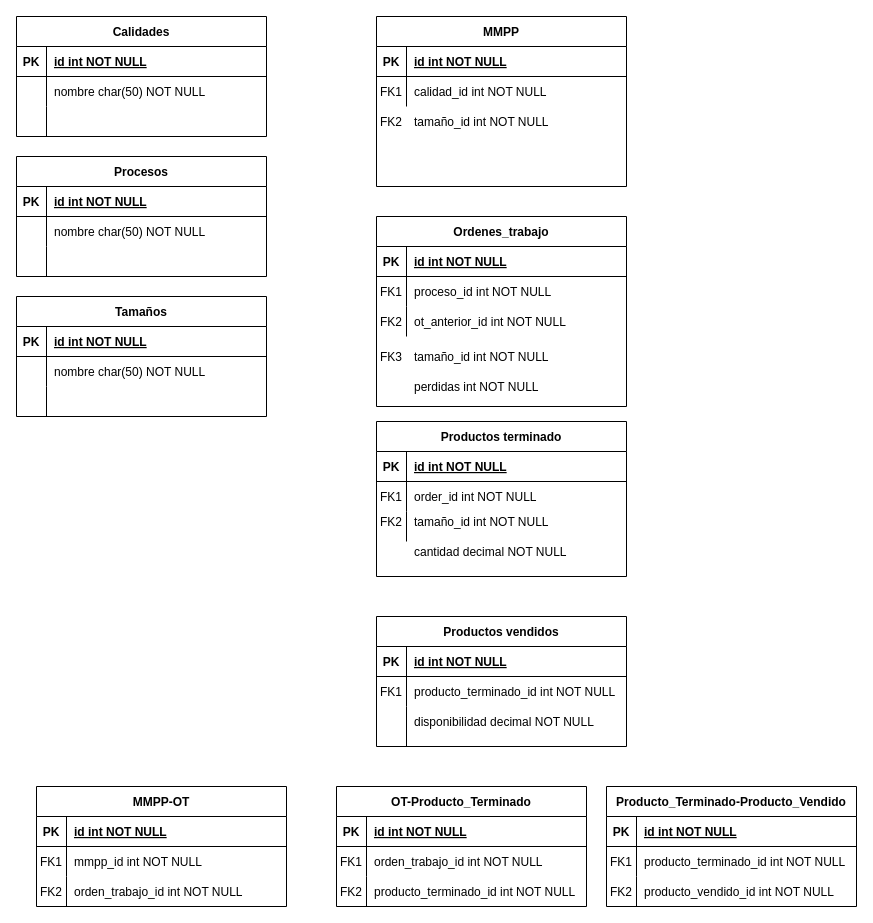
Earlier version of the draw.io diagram Diagrama sin título.drawio (idcetim/diagramasFerroglobe). Source tidied: cells renumbered, new cells numbered last; positions are measured from the earlier drawing's top-left corner, leaving out a move shared by most shapes. Both pictures are drawn from the tidied source at 100%, with x=0, y=0 at pixel (16, 16).
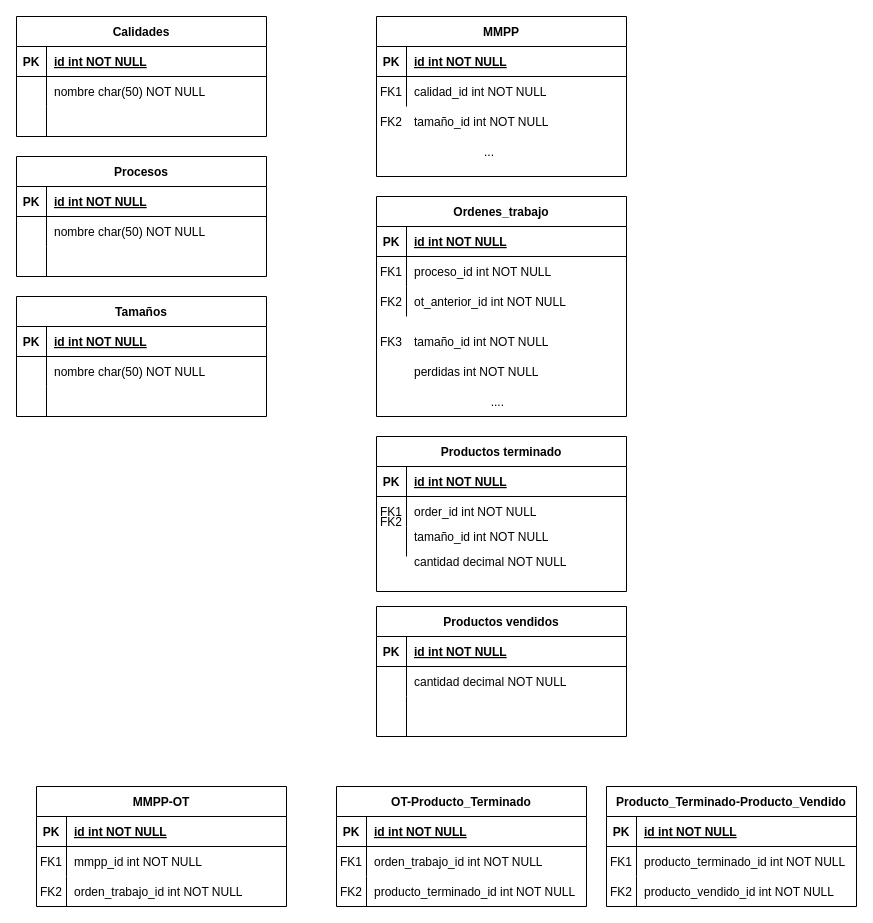
After the change.

Unchanged cells that the change refers to:
```xml
<mxCell id="89" style="shape=partialRectangle;fillColor=none;top=0;left=0;right=0;bottom=0;" parent="85" vertex="1">
  <mxGeometry y="60" width="250" height="30" as="geometry" />
</mxCell>
```

Change to the diagram source:
```diff
@@
     <mxCell id="2" value="Ordenes_trabajo" style="shape=table;startSize=30;childLayout=tableLayout;rowLines=0;fontStyle=1;align=center;" parent="1" vertex="1">
-      <mxGeometry x="360" y="200" width="250" height="190" as="geometry" />
+      <mxGeometry x="360" y="180" width="250" height="220" as="geometry" />
     </mxCell>
@@
     <mxCell id="12" value="Productos terminado" style="shape=table;startSize=30;childLayout=tableLayout;rowLines=0;fontStyle=1;align=center;" parent="1" vertex="1">
-      <mxGeometry x="360" y="405" width="250" height="155" as="geometry" />
+      <mxGeometry x="360" y="420" width="250" height="155" as="geometry" />
     </mxCell>
@@
     <mxCell id="22" value="MMPP" style="shape=table;startSize=30;childLayout=tableLayout;rowLines=0;fontStyle=1;align=center;" parent="1" vertex="1">
-      <mxGeometry x="360" width="250" height="170" as="geometry" />
+      <mxGeometry x="360" width="250" height="160" as="geometry" />
     </mxCell>
@@
     <mxCell id="83" value="tamaño_id int NOT NULL" style="shape=partialRectangle;overflow=hidden;fillColor=none;top=0;left=0;bottom=0;right=0;align=left;spacingLeft=6;" parent="1" vertex="1">
-      <mxGeometry x="390" y="495" width="220" height="20" as="geometry" />
+      <mxGeometry x="390" y="510" width="220" height="20" as="geometry" />
     </mxCell>
@@
     <mxCell id="85" value="Productos vendidos" style="shape=table;startSize=30;childLayout=tableLayout;rowLines=0;fontStyle=1;align=center;" parent="1" vertex="1">
-      <mxGeometry x="360" y="600" width="250" height="130" as="geometry" />
+      <mxGeometry x="360" y="590" width="250" height="130" as="geometry" />
     </mxCell>
@@
-    <mxCell id="90" value="FK1" style="shape=partialRectangle;overflow=hidden;fillColor=none;top=0;left=0;bottom=0;right=0;" parent="89" vertex="1">
+    <mxCell id="90" style="shape=partialRectangle;overflow=hidden;fillColor=none;top=0;left=0;bottom=0;right=0;" parent="89" vertex="1">
       <mxGeometry width="30" height="30" as="geometry" />
     </mxCell>
-    <mxCell id="91" value="producto_terminado_id int NOT NULL" style="shape=partialRectangle;overflow=hidden;fillColor=none;top=0;left=0;bottom=0;right=0;align=left;spacingLeft=6;" parent="89" vertex="1">
+    <mxCell id="91" style="shape=partialRectangle;overflow=hidden;fillColor=none;top=0;left=0;bottom=0;right=0;align=left;spacingLeft=6;" parent="89" vertex="1">
       <mxGeometry x="30" width="220" height="30" as="geometry" />
     </mxCell>
@@
     <mxCell id="95" value="perdidas int NOT NULL" style="shape=partialRectangle;overflow=hidden;fillColor=none;top=0;left=0;bottom=0;right=0;align=left;spacingLeft=6;" parent="1" vertex="1">
-      <mxGeometry x="390" y="355" width="220" height="30" as="geometry" />
+      <mxGeometry x="390" y="340" width="220" height="30" as="geometry" />
     </mxCell>
     <mxCell id="96" value="cantidad decimal NOT NULL" style="shape=partialRectangle;overflow=hidden;fillColor=none;top=0;left=0;bottom=0;right=0;align=left;spacingLeft=6;" parent="1" vertex="1">
-      <mxGeometry x="390" y="520" width="220" height="30" as="geometry" />
+      <mxGeometry x="390" y="530" width="220" height="30" as="geometry" />
     </mxCell>
-    <mxCell id="97" value="disponibilidad decimal NOT NULL" style="shape=partialRectangle;overflow=hidden;fillColor=none;top=0;left=0;bottom=0;right=0;align=left;spacingLeft=6;" parent="1" vertex="1">
-      <mxGeometry x="390" y="690" width="220" height="30" as="geometry" />
+    <mxCell id="97" value="cantidad decimal NOT NULL" style="shape=partialRectangle;overflow=hidden;fillColor=none;top=0;left=0;bottom=0;right=0;align=left;spacingLeft=6;" parent="1" vertex="1">
+      <mxGeometry x="390" y="650" width="220" height="30" as="geometry" />
     </mxCell>
     <mxCell id="98" value="tamaño_id int NOT NULL" style="shape=partialRectangle;overflow=hidden;fillColor=none;top=0;left=0;bottom=0;right=0;align=left;spacingLeft=6;" parent="1" vertex="1">
-      <mxGeometry x="390" y="325" width="220" height="30" as="geometry" />
+      <mxGeometry x="390" y="310" width="220" height="30" as="geometry" />
     </mxCell>
     <mxCell id="99" value="FK3" style="shape=partialRectangle;overflow=hidden;fillColor=none;top=0;left=0;bottom=0;right=0;" parent="1" vertex="1">
-      <mxGeometry x="360" y="325" width="30" height="30" as="geometry" />
+      <mxGeometry x="360" y="310" width="30" height="30" as="geometry" />
     </mxCell>
@@
+    <mxCell id="110" value="                     ..." style="shape=partialRectangle;overflow=hidden;fillColor=none;top=0;left=0;bottom=0;right=0;align=left;spacingLeft=6;" parent="1" vertex="1">
+      <mxGeometry x="390" y="120" width="220" height="30" as="geometry" />
+    </mxCell>
+    <mxCell id="111" value="                       ...." style="shape=partialRectangle;overflow=hidden;fillColor=none;top=0;left=0;bottom=0;right=0;align=left;spacingLeft=6;" parent="1" vertex="1">
+      <mxGeometry x="390" y="370" width="220" height="30" as="geometry" />
+    </mxCell>
```
